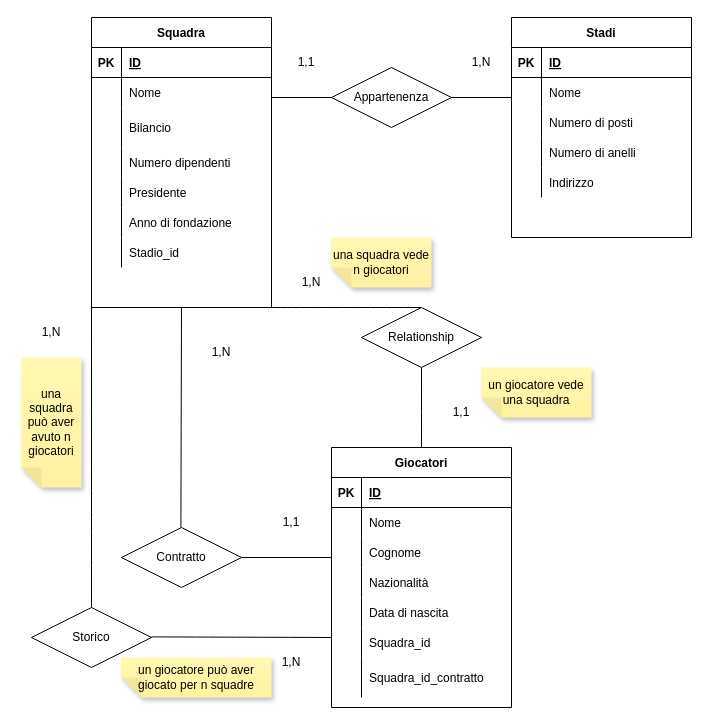
This is figc_ER.drawio from Michelangelo1999/database, a draw.io file, before an edit. Source tidied: cells renumbered, new cells numbered last; positions are measured from the earlier drawing's top-left corner, leaving out a move shared by most shapes. Both pictures are drawn from the tidied source at 100%, with x=0, y=0 at pixel (21, 17).
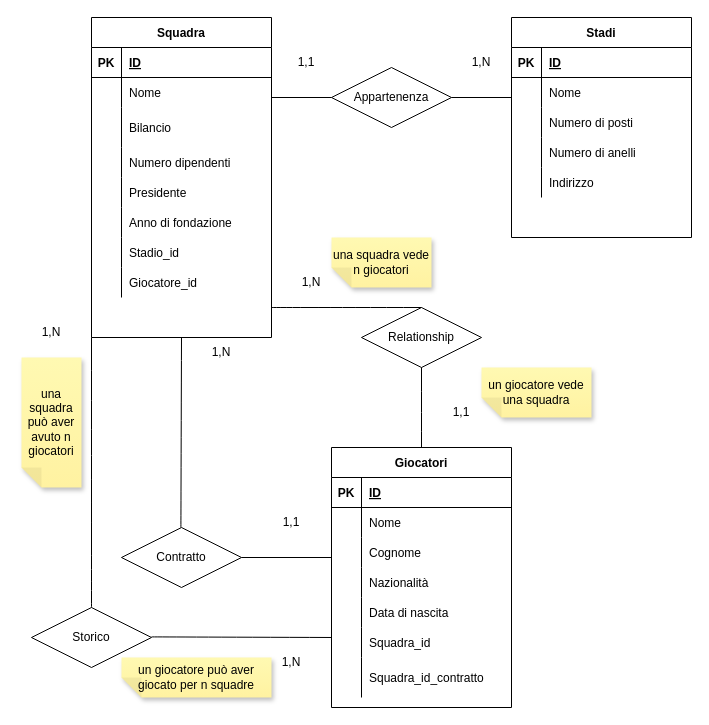
The same page after the edit.

Diff of the diagram source:
```diff
@@
     <mxCell id="2" value="Squadra" style="shape=table;startSize=30;childLayout=tableLayout;rowLines=0;fontStyle=1;align=center;hachureGap=4;" parent="1" vertex="1">
-      <mxGeometry x="70" width="180" height="290" as="geometry" />
+      <mxGeometry x="70" width="180" height="320" as="geometry" />
     </mxCell>
@@
+    <mxCell id="86" style="shape=tableRow;horizontal=0;startSize=0;swimlaneHead=0;swimlaneBody=0;fillColor=none;top=0;left=0;right=0;bottom=0;hachureGap=4;" parent="2" vertex="1">
+      <mxGeometry y="250" width="180" height="30" as="geometry" />
+    </mxCell>
+    <mxCell id="87" style="shape=partialRectangle;fillColor=none;top=0;left=0;bottom=0;right=0;overflow=hidden;hachureGap=4;" parent="86" vertex="1">
+      <mxGeometry width="30" height="30" as="geometry" />
+    </mxCell>
+    <mxCell id="88" value="Giocatore_id" style="shape=partialRectangle;fillColor=none;top=0;left=0;bottom=0;right=0;align=left;spacingLeft=6;overflow=hidden;hachureGap=4;" parent="86" vertex="1">
+      <mxGeometry x="30" width="150" height="30" as="geometry" />
+    </mxCell>
```
